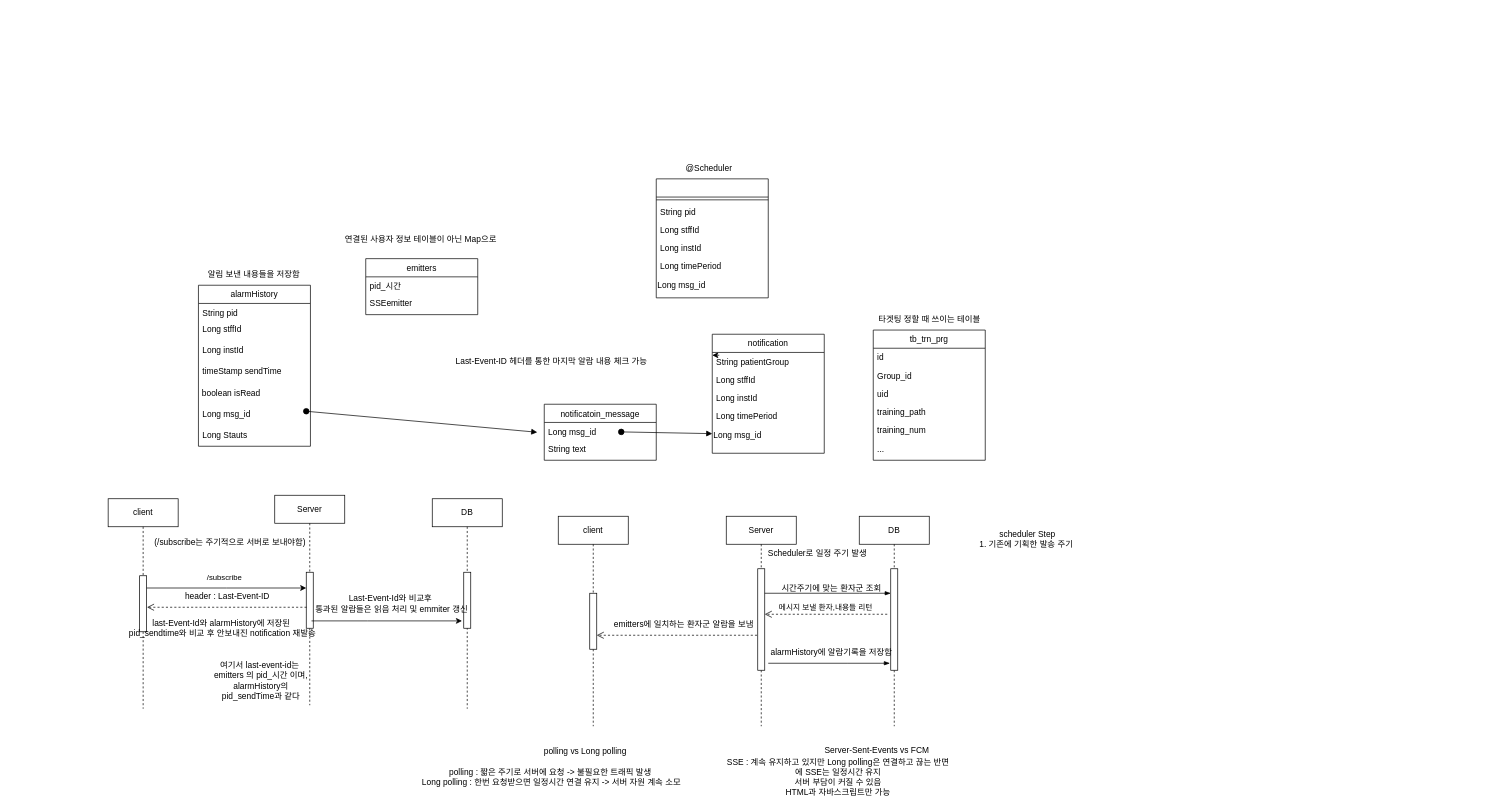
myunghyun12/draw keeps this draw.io diagram as dgtpharm/제목 없는 다이어그램.drawio. Above is the earlier version. Source tidied: cells renumbered, new cells numbered last; positions are measured from the earlier drawing's top-left corner, leaving out a move shared by most shapes. Both pictures are drawn from the tidied source at 70%, with x=0, y=0 at pixel (108, 158).
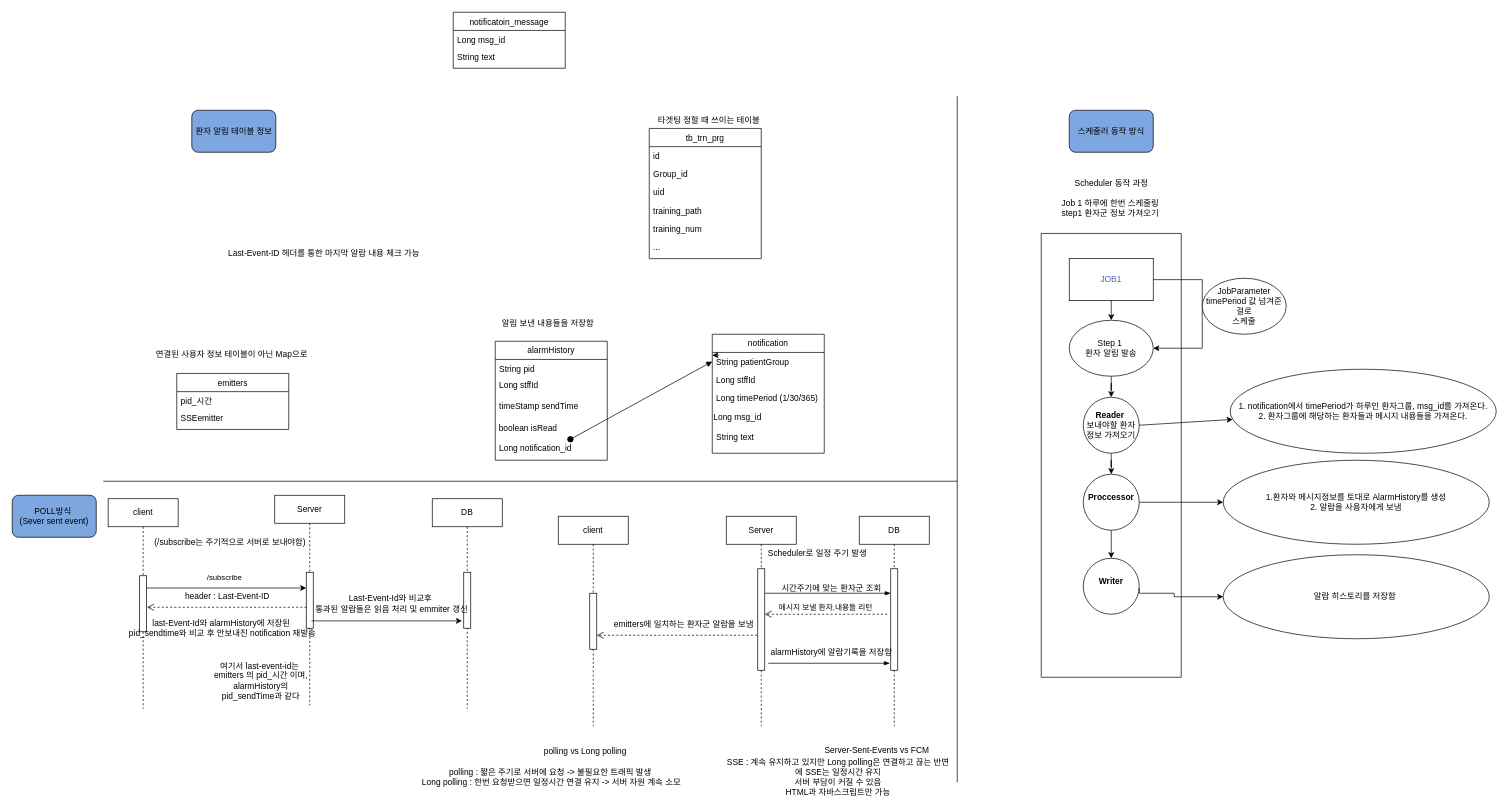
Above is the later version.

Commit message:
스케줄러 설계도 추가

Unchanged cells that the change refers to:
```xml
<mxCell id="7" value="notification" style="swimlane;fontStyle=0;align=center;verticalAlign=top;horizontal=1;startSize=26;rounded=0;shadow=0;strokeWidth=1;" parent="1" vertex="1">
  <mxGeometry x="863" y="252" width="160" height="170" as="geometry" />
</mxCell>
<mxCell id="8" value="String patientGroup" style="text;align=left;verticalAlign=top;spacingLeft=4;spacingRight=4;overflow=hidden;points=[[0,0.5],[1,0.5]];portConstraint=eastwest;" parent="7" vertex="1">
  <mxGeometry y="26" width="160" height="26" as="geometry" />
</mxCell>
```

Diff of the diagram source:
```diff
@@
-<mxGraphModel>
+<mxGraphModel background="#ffffff">
@@
     <mxCell id="2" value="notificatoin_message" style="swimlane;fontStyle=0;align=center;verticalAlign=top;horizontal=1;startSize=26;rounded=0;shadow=0;strokeWidth=1;" parent="1" vertex="1">
-      <mxGeometry x="623" y="352" width="160" height="80" as="geometry" />
+      <mxGeometry x="493" y="-208" width="160" height="80" as="geometry" />
     </mxCell>
@@
-    <mxCell id="4" style="html=1;verticalAlign=bottom;startArrow=oval;startFill=1;endArrow=block;startSize=8;curved=0;rounded=0;entryX=0;entryY=0.4;entryDx=0;entryDy=0;entryPerimeter=0;" parent="2" edge="1" target="12">
-      <mxGeometry relative="1" as="geometry">
-        <mxPoint x="110" y="39.5" as="sourcePoint" />
-      </mxGeometry>
-    </mxCell>
@@
-    <mxCell id="10" value="Long instId" style="text;align=left;verticalAlign=top;spacingLeft=4;spacingRight=4;overflow=hidden;" parent="7" vertex="1">
-      <mxGeometry y="78" width="160" height="26" as="geometry" />
-    </mxCell>
-    <mxCell id="11" value="Long timePeriod " style="text;align=left;verticalAlign=top;spacingLeft=4;spacingRight=4;overflow=hidden;" parent="7" vertex="1">
-      <mxGeometry y="104" width="160" height="26" as="geometry" />
+    <mxCell id="11" value="Long timePeriod (1/30/365)" style="text;align=left;verticalAlign=top;spacingLeft=4;spacingRight=4;overflow=hidden;" parent="7" vertex="1">
+      <mxGeometry y="78" width="160" height="26" as="geometry" />
     </mxCell>
     <mxCell id="12" value="Long msg_id" style="text;html=1;align=left;verticalAlign=middle;points=[];strokeColor=none;fillColor=none;" parent="7" vertex="1">
-      <mxGeometry y="130" width="160" height="30" as="geometry" />
+      <mxGeometry y="104" width="160" height="30" as="geometry" />
     </mxCell>
+    <mxCell id="78" value="String text " style="text;align=left;verticalAlign=top;spacingLeft=4;spacingRight=4;overflow=hidden;" parent="7" vertex="1">
+      <mxGeometry y="134" width="160" height="30" as="geometry" />
+    </mxCell>
     <mxCell id="13" value="tb_trn_prg" style="swimlane;fontStyle=0;align=center;verticalAlign=top;horizontal=1;startSize=26;rounded=0;shadow=0;strokeWidth=1;" parent="1" vertex="1">
-      <mxGeometry x="1093" y="246" width="160" height="186" as="geometry" />
+      <mxGeometry x="773" y="-42" width="160" height="186" as="geometry" />
     </mxCell>
@@
     <mxCell id="20" value="타겟팅 정할 때 쓰이는 테이블" style="text;html=1;align=center;verticalAlign=middle;strokeColor=none;fillColor=none;" parent="1" vertex="1">
-      <mxGeometry x="1093" y="216" width="160" height="30" as="geometry" />
+      <mxGeometry x="778" y="-68" width="160" height="30" as="geometry" />
     </mxCell>
-    <mxCell id="21" value="@Scheduler" style="text;html=1;align=center;verticalAlign=middle;strokeColor=none;fillColor=none;" parent="1" vertex="1">
-      <mxGeometry x="813" width="90" height="30" as="geometry" />
-    </mxCell>
-    <mxCell id="22" style="swimlane;fontStyle=0;align=center;verticalAlign=top;horizontal=1;startSize=26;rounded=0;shadow=0;strokeWidth=1;" parent="1" vertex="1">
-      <mxGeometry x="783" y="30" width="160" height="170" as="geometry" />
-    </mxCell>
-    <mxCell id="23" style="line;html=1;strokeWidth=1;align=left;verticalAlign=middle;spacingTop=-1;spacingLeft=3;spacingRight=3;labelPosition=right;" parent="22" vertex="1">
-      <mxGeometry y="26" width="160" height="8" as="geometry" />
-    </mxCell>
-    <mxCell id="24" value="String pid" style="text;align=left;verticalAlign=top;spacingLeft=4;spacingRight=4;overflow=hidden;" parent="22" vertex="1">
-      <mxGeometry y="34" width="160" height="26" as="geometry" />
-    </mxCell>
-    <mxCell id="25" value="Long stffId" style="text;align=left;verticalAlign=top;spacingLeft=4;spacingRight=4;overflow=hidden;" parent="22" vertex="1">
-      <mxGeometry y="60" width="160" height="26" as="geometry" />
-    </mxCell>
-    <mxCell id="26" value="Long instId" style="text;align=left;verticalAlign=top;spacingLeft=4;spacingRight=4;overflow=hidden;" parent="22" vertex="1">
-      <mxGeometry y="86" width="160" height="26" as="geometry" />
-    </mxCell>
-    <mxCell id="27" value="Long timePeriod " style="text;align=left;verticalAlign=top;spacingLeft=4;spacingRight=4;overflow=hidden;" parent="22" vertex="1">
-      <mxGeometry y="112" width="160" height="26" as="geometry" />
-    </mxCell>
-    <mxCell id="28" value="Long msg_id" style="text;html=1;align=left;verticalAlign=middle;strokeColor=none;fillColor=none;" parent="22" vertex="1">
-      <mxGeometry y="138" width="160" height="30" as="geometry" />
-    </mxCell>
@@
     <mxCell id="45" value="emitters" style="swimlane;fontStyle=0;align=center;verticalAlign=top;horizontal=1;startSize=26;rounded=0;shadow=0;strokeWidth=1;" parent="1" vertex="1">
-      <mxGeometry x="368" y="144" width="160" height="80" as="geometry" />
+      <mxGeometry x="98" y="308" width="160" height="80" as="geometry" />
     </mxCell>
@@
     <mxCell id="48" value="연결된 사용자 정보 테이블이 아닌 Map으로&amp;nbsp;" style="text;html=1;align=center;verticalAlign=middle;strokeColor=none;fillColor=none;" parent="1" vertex="1">
-      <mxGeometry x="333" y="102" width="230" height="30" as="geometry" />
+      <mxGeometry x="63" y="266" width="230" height="30" as="geometry" />
     </mxCell>
     <mxCell id="49" value="알림 보낸 내용들을 저장함" style="text;html=1;align=center;verticalAlign=middle;strokeColor=none;fillColor=none;" parent="1" vertex="1">
-      <mxGeometry x="133" y="152" width="150" height="30" as="geometry" />
+      <mxGeometry x="553" y="222" width="150" height="30" as="geometry" />
     </mxCell>
-    <mxCell id="50" value="scheduler Step&lt;div&gt;1. 기존에 기획한 발송 주기&amp;nbsp;&lt;/div&gt;" style="text;html=1;align=center;verticalAlign=middle;strokeColor=none;fillColor=none;" parent="1" vertex="1">
-      <mxGeometry x="1238" y="525" width="150" height="40" as="geometry" />
+    <mxCell id="50" value="Scheduler 동작 과정&lt;div&gt;&lt;br&gt;&lt;/div&gt;&lt;div&gt;Job 1 하루에 한번 스케줄링&amp;nbsp;&lt;/div&gt;&lt;div&gt;step1 환자군 정보 가져오기&amp;nbsp;&lt;/div&gt;&lt;div&gt;&lt;br&gt;&lt;/div&gt;&lt;div&gt;&lt;br&gt;&lt;/div&gt;" style="text;html=1;align=center;verticalAlign=middle;strokeColor=none;fillColor=none;" parent="1" vertex="1">
+      <mxGeometry x="1353" y="22" width="160" height="100" as="geometry" />
     </mxCell>
@@
     <mxCell id="52" value="Last-Event-ID 헤더를 통한 마지막 알람 내용 체크 가능" style="text;html=1;align=center;verticalAlign=middle;strokeColor=none;fillColor=none;" parent="1" vertex="1">
-      <mxGeometry x="488" y="276" width="290" height="30" as="geometry" />
+      <mxGeometry x="163" y="122" width="290" height="30" as="geometry" />
     </mxCell>
@@
     <mxCell id="65" value="alarmHistory" style="swimlane;fontStyle=0;align=center;verticalAlign=top;horizontal=1;startSize=26;rounded=0;shadow=0;strokeWidth=1;" parent="1" vertex="1">
-      <mxGeometry x="129" y="182" width="160" height="230" as="geometry" />
+      <mxGeometry x="553" y="262" width="160" height="170" as="geometry" />
     </mxCell>
@@
-    <mxCell id="68" value="Long instId" style="text;align=left;verticalAlign=top;spacingLeft=4;spacingRight=4;overflow=hidden;" parent="65" vertex="1">
-      <mxGeometry y="80" width="160" height="30" as="geometry" />
-    </mxCell>
     <mxCell id="69" value="timeStamp sendTime" style="text;align=left;verticalAlign=top;spacingLeft=4;spacingRight=4;overflow=hidden;" parent="65" vertex="1">
-      <mxGeometry y="110" width="160" height="30" as="geometry" />
+      <mxGeometry y="80" width="160" height="30" as="geometry" />
     </mxCell>
     <mxCell id="70" value="&amp;nbsp;boolean isRead" style="text;html=1;align=left;verticalAlign=middle;strokeColor=none;fillColor=none;" parent="65" vertex="1">
-      <mxGeometry y="140" width="160" height="30" as="geometry" />
+      <mxGeometry y="110" width="160" height="30" as="geometry" />
     </mxCell>
-    <mxCell id="71" value="Long msg_id" style="text;align=left;verticalAlign=top;spacingLeft=4;spacingRight=4;overflow=hidden;points=[[0,0.5],[1,0.5]];portConstraint=eastwest;" parent="65" vertex="1">
-      <mxGeometry y="170" width="160" height="30" as="geometry" />
+    <mxCell id="71" value="Long notification_id" style="text;align=left;verticalAlign=top;spacingLeft=4;spacingRight=4;overflow=hidden;points=[[0,0.5],[1,0.5]];portConstraint=eastwest;" parent="65" vertex="1">
+      <mxGeometry y="140" width="160" height="30" as="geometry" />
     </mxCell>
-    <mxCell id="72" value="Long Stauts " style="text;align=left;verticalAlign=top;spacingLeft=4;spacingRight=4;overflow=hidden;" parent="65" vertex="1">
-      <mxGeometry y="200" width="160" height="30" as="geometry" />
-    </mxCell>
@@
-    <mxCell id="77" style="html=1;verticalAlign=bottom;startArrow=oval;startFill=1;endArrow=block;startSize=8;curved=0;rounded=0;" parent="1" edge="1">
-      <mxGeometry relative="1" as="geometry">
-        <mxPoint x="283" y="362" as="sourcePoint" />
-        <mxPoint x="613" y="392" as="targetPoint" />
-      </mxGeometry>
+    <mxCell id="77" style="html=1;verticalAlign=bottom;startArrow=oval;startFill=1;endArrow=block;startSize=8;curved=0;rounded=0;entryX=0;entryY=0.5;entryDx=0;entryDy=0;" parent="1" edge="1" source="71" target="8">
+      <mxGeometry relative="1" as="geometry" />
     </mxCell>
+    <mxCell id="79" style="edgeStyle=orthogonalEdgeStyle;rounded=0;jettySize=auto;html=1;entryX=0.5;entryY=0;entryDx=0;entryDy=0;" parent="1" edge="1" source="80" target="84">
+      <mxGeometry relative="1" as="geometry" />
+    </mxCell>
+    <mxCell id="80" value="Step 1&amp;nbsp;&lt;div&gt;환자 알림 발송&lt;/div&gt;" style="ellipse;whiteSpace=wrap;html=1;" parent="1" vertex="1">
+      <mxGeometry x="1373" y="232" width="120" height="80" as="geometry" />
+    </mxCell>
+    <mxCell id="81" style="swimlane;startSize=0;" parent="1" vertex="1">
+      <mxGeometry x="1333" y="108" width="200" height="634" as="geometry" />
+    </mxCell>
+    <mxCell id="82" value="&lt;font color=&quot;#5165b3&quot;&gt;JOB1&lt;/font&gt;" style="rounded=0;whiteSpace=wrap;html=1;" parent="81" vertex="1">
+      <mxGeometry x="40" y="36" width="120" height="60" as="geometry" />
+    </mxCell>
+    <mxCell id="83" style="edgeStyle=orthogonalEdgeStyle;rounded=0;jettySize=auto;html=1;entryX=0.5;entryY=0;entryDx=0;entryDy=0;" parent="81" edge="1" source="84" target="87">
+      <mxGeometry relative="1" as="geometry" />
+    </mxCell>
+    <mxCell id="84" value="&lt;b&gt;Reader&amp;nbsp;&lt;/b&gt;&lt;div&gt;보내야할 환자 정보 가져오기&lt;/div&gt;" style="ellipse;whiteSpace=wrap;html=1;" parent="81" vertex="1">
+      <mxGeometry x="60" y="234" width="80" height="80" as="geometry" />
+    </mxCell>
+    <mxCell id="85" style="endArrow=classic;html=1;rounded=0;" parent="81" edge="1" target="80">
+      <mxGeometry relative="1" as="geometry">
+        <mxPoint x="100" y="96" as="sourcePoint" />
+      </mxGeometry>
+    </mxCell>
+    <mxCell id="86" style="edgeStyle=orthogonalEdgeStyle;rounded=0;jettySize=auto;html=1;entryX=0.5;entryY=0;entryDx=0;entryDy=0;" parent="81" edge="1" source="87" target="89">
+      <mxGeometry relative="1" as="geometry" />
+    </mxCell>
+    <mxCell id="87" value="&lt;b&gt;Proccessor&lt;/b&gt;&lt;div&gt;&lt;b&gt;&lt;br&gt;&lt;/b&gt;&lt;/div&gt;" style="ellipse;whiteSpace=wrap;html=1;" parent="81" vertex="1">
+      <mxGeometry x="60" y="344" width="80" height="80" as="geometry" />
+    </mxCell>
+    <mxCell id="88" style="endArrow=classic;html=1;rounded=0;" parent="81" edge="1" target="95">
+      <mxGeometry relative="1" as="geometry">
+        <mxPoint x="140" y="274" as="sourcePoint" />
+      </mxGeometry>
+    </mxCell>
+    <mxCell id="89" value="&lt;b&gt;Writer&lt;/b&gt;&lt;br&gt;&lt;div&gt;&lt;b&gt;&lt;br&gt;&lt;/b&gt;&lt;/div&gt;" style="ellipse;whiteSpace=wrap;html=1;" parent="81" vertex="1">
+      <mxGeometry x="60" y="464" width="80" height="80" as="geometry" />
+    </mxCell>
+    <mxCell id="90" style="endArrow=none;html=1;rounded=0;" parent="1" edge="1">
+      <mxGeometry relative="1" as="geometry">
+        <mxPoint x="-7" y="462" as="sourcePoint" />
+        <mxPoint x="1213" y="462" as="targetPoint" />
+      </mxGeometry>
+    </mxCell>
+    <mxCell id="91" style="endArrow=none;html=1;rounded=0;" parent="1" edge="1">
+      <mxGeometry relative="1" as="geometry">
+        <mxPoint x="1213" y="892" as="sourcePoint" />
+        <mxPoint x="1213" y="-88" as="targetPoint" />
+      </mxGeometry>
+    </mxCell>
+    <mxCell id="92" value="환자 알림 테이블 정보" style="rounded=1;whiteSpace=wrap;html=1;fillColor=#7EA6E0;" parent="1" vertex="1">
+      <mxGeometry x="119.5" y="-68" width="120" height="60" as="geometry" />
+    </mxCell>
+    <mxCell id="93" value="POLL방식&amp;nbsp;&lt;br&gt;(Sever sent event)" style="rounded=1;whiteSpace=wrap;html=1;fillColor=#7EA6E0;" parent="1" vertex="1">
+      <mxGeometry x="-137" y="482" width="120" height="60" as="geometry" />
+    </mxCell>
+    <mxCell id="94" value="스케줄러 동작 방식" style="rounded=1;whiteSpace=wrap;html=1;fillColor=#7EA6E0;" parent="1" vertex="1">
+      <mxGeometry x="1373" y="-68" width="120" height="60" as="geometry" />
+    </mxCell>
+    <mxCell id="95" value="1. notification에서 timePeriod가 하루인 환자그룹, msg_id를 가져온다.&lt;div&gt;&lt;div&gt;&lt;div&gt;2. 환자그룹에 해당하는 환자들과 메시지 내용들을 가져온다.&lt;/div&gt;&lt;/div&gt;&lt;/div&gt;" style="ellipse;whiteSpace=wrap;html=1;" parent="1" vertex="1">
+      <mxGeometry x="1603" y="302" width="380" height="120" as="geometry" />
+    </mxCell>
+    <mxCell id="96" value="1.환자와 메시지정보를 토대로 AlarmHistory를 생성&lt;div&gt;2. 알람을 사용자에게 보냄&lt;/div&gt;" style="ellipse;whiteSpace=wrap;html=1;" parent="1" vertex="1">
+      <mxGeometry x="1593" y="432" width="380" height="120" as="geometry" />
+    </mxCell>
+    <mxCell id="97" style="edgeStyle=orthogonalEdgeStyle;rounded=0;jettySize=auto;html=1;" parent="1" edge="1" source="87" target="96">
+      <mxGeometry relative="1" as="geometry" />
+    </mxCell>
+    <mxCell id="98" value="알람 히스토리를 저장함&amp;nbsp;" style="ellipse;whiteSpace=wrap;html=1;" parent="1" vertex="1">
+      <mxGeometry x="1593" y="567" width="380" height="120" as="geometry" />
+    </mxCell>
+    <mxCell id="99" style="edgeStyle=orthogonalEdgeStyle;rounded=0;jettySize=auto;html=1;entryX=0;entryY=0.5;entryDx=0;entryDy=0;" parent="1" edge="1" target="98">
+      <mxGeometry relative="1" as="geometry">
+        <mxPoint x="1473" y="614.5" as="sourcePoint" />
+        <Array as="points">
+          <mxPoint x="1473" y="622" />
+          <mxPoint x="1523" y="622" />
+          <mxPoint x="1523" y="627" />
+        </Array>
+      </mxGeometry>
+    </mxCell>
+    <mxCell id="100" style="endArrow=classic;html=1;rounded=0;exitX=1;exitY=0.5;exitDx=0;exitDy=0;entryX=1;entryY=0.5;entryDx=0;entryDy=0;" parent="1" edge="1" source="82" target="80">
+      <mxGeometry relative="1" as="geometry">
+        <Array as="points">
+          <mxPoint x="1563" y="174" />
+          <mxPoint x="1563" y="272" />
+        </Array>
+      </mxGeometry>
+    </mxCell>
+    <mxCell id="101" value="JobParameter&lt;br&gt;timePeriod 값 넘겨준걸로&lt;div&gt;스케줄&lt;/div&gt;" style="ellipse;whiteSpace=wrap;html=1;" parent="1" vertex="1">
+      <mxGeometry x="1563" y="172" width="120" height="80" as="geometry" />
+    </mxCell>
```
